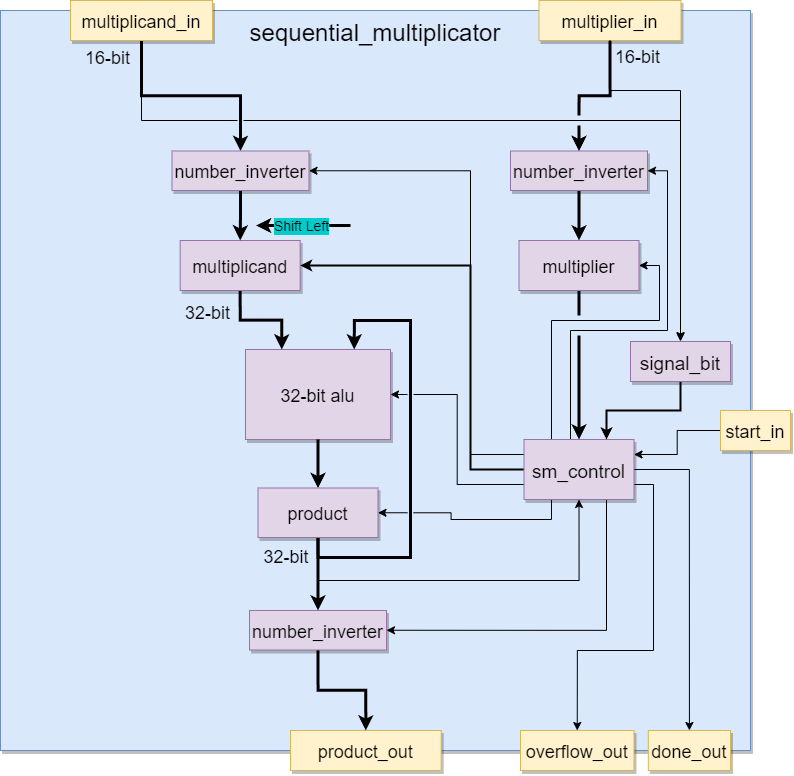
Above: sequential_multiplicator/sequential_multiplicator_structure.png in UandersonSilva/multiplicators (draw.io), before the change. Source tidied: cells renumbered, new cells last; positions are measured from the earlier drawing's top-left corner, leaving out a move shared by most shapes.
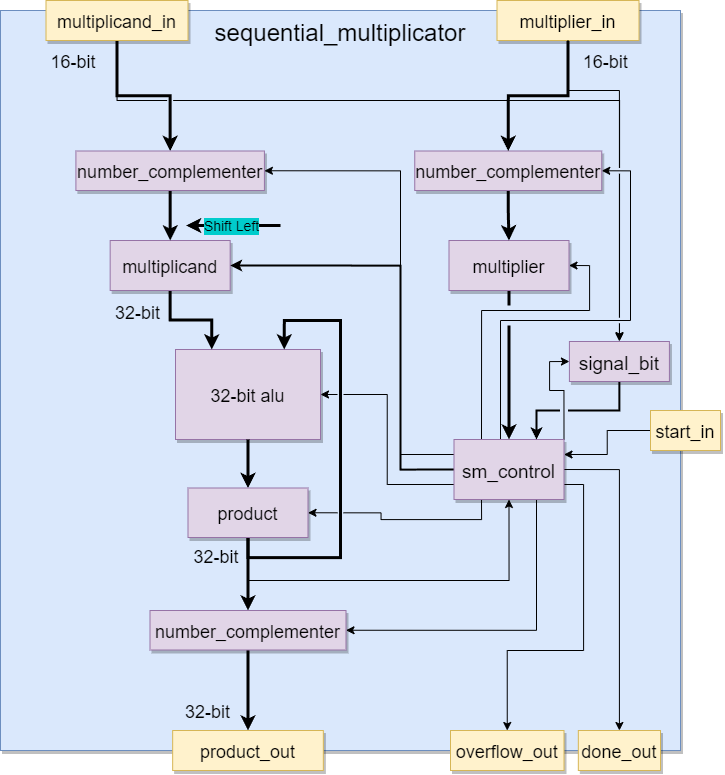
After the change.

Commit message:
number_inverter name changed to number_complementer.

Change to the diagram source:
```diff
@@ -3,7 +3,7 @@
     <mxCell id="0" style="html=1;" />
     <mxCell id="1" style="html=1;" parent="0" />
     <mxCell id="2" style="shadow=1;fontSize=18;fillColor=#dae8fc;strokeColor=#6c8ebf;" parent="1" vertex="1">
-      <mxGeometry y="10" width="750" height="740" as="geometry" />
+      <mxGeometry x="70" y="10" width="680" height="740" as="geometry" />
     </mxCell>
     <mxCell id="3" value="32-bit alu" style="shadow=1;fontSize=18;fillColor=#e1d5e7;strokeColor=#9673a6;" parent="1" vertex="1">
       <mxGeometry x="245" y="349" width="145" height="90" as="geometry" />
@@ -73,8 +73,8 @@
     <mxCell id="16" style="edgeStyle=orthogonalEdgeStyle;rounded=0;jumpStyle=gap;jettySize=auto;html=1;exitX=0.25;exitY=0;exitDx=0;exitDy=0;entryX=1;entryY=0.5;entryDx=0;entryDy=0;strokeWidth=1;" parent="1" edge="1" source="20" target="31">
       <mxGeometry relative="1" as="geometry">
         <Array as="points">
-          <mxPoint x="551" y="320" />
-          <mxPoint x="659" y="320" />
+          <mxPoint x="551" y="310" />
+          <mxPoint x="659" y="310" />
           <mxPoint x="659" y="265" />
         </Array>
       </mxGeometry>
@@ -83,9 +83,9 @@
       <mxGeometry relative="1" as="geometry">
         <Array as="points">
           <mxPoint x="570" y="439" />
-          <mxPoint x="570" y="330" />
-          <mxPoint x="667" y="330" />
-          <mxPoint x="667" y="170" />
+          <mxPoint x="570" y="320" />
+          <mxPoint x="700" y="320" />
+          <mxPoint x="700" y="170" />
         </Array>
       </mxGeometry>
     </mxCell>
@@ -103,32 +103,41 @@
         <mxPoint x="630" y="469" as="sourcePoint" />
       </mxGeometry>
     </mxCell>
+    <mxCell id="49" style="edgeStyle=orthogonalEdgeStyle;rounded=0;jumpStyle=gap;jettySize=auto;html=1;exitX=1;exitY=0;exitDx=0;exitDy=0;entryX=0;entryY=0.5;entryDx=0;entryDy=0;" parent="1" edge="1" source="20" target="40">
+      <mxGeometry relative="1" as="geometry">
+        <Array as="points">
+          <mxPoint x="634" y="390" />
+          <mxPoint x="619" y="390" />
+          <mxPoint x="619" y="361" />
+        </Array>
+      </mxGeometry>
+    </mxCell>
     <mxCell id="20" value="sm_control" style="shadow=1;fontSize=19;fillColor=#e1d5e7;strokeColor=#9673a6;" parent="1" vertex="1">
       <mxGeometry x="523.5" y="439" width="110" height="60" as="geometry" />
     </mxCell>
     <mxCell id="21" style="edgeStyle=orthogonalEdgeStyle;rounded=0;jettySize=auto;html=1;exitX=0.5;exitY=1;exitDx=0;exitDy=0;entryX=0.5;entryY=0;entryDx=0;entryDy=0;strokeWidth=3;" parent="1" edge="1" source="23" target="29">
       <mxGeometry relative="1" as="geometry" />
     </mxCell>
-    <mxCell id="22" style="edgeStyle=orthogonalEdgeStyle;rounded=0;jettySize=auto;html=1;exitX=0.5;exitY=1;exitDx=0;exitDy=0;strokeWidth=1;jumpStyle=gap;" parent="1" edge="1" source="23">
-      <mxGeometry relative="1" as="geometry">
-        <mxPoint x="680" y="340" as="targetPoint" />
-        <Array as="points">
-          <mxPoint x="141" y="120" />
-          <mxPoint x="680" y="120" />
-        </Array>
-      </mxGeometry>
-    </mxCell>
+    <mxCell id="50" style="edgeStyle=orthogonalEdgeStyle;rounded=0;jettySize=auto;html=1;exitX=0.5;exitY=1;exitDx=0;exitDy=0;jumpStyle=gap;" parent="1" edge="1" source="23">
+      <mxGeometry relative="1" as="geometry">
+        <mxPoint x="689" y="340" as="targetPoint" />
+        <Array as="points">
+          <mxPoint x="187" y="100" />
+          <mxPoint x="689" y="100" />
+        </Array>
+      </mxGeometry>
+    </mxCell>
     <mxCell id="23" value="multiplicand_in" style="shadow=1;fontSize=18;fillColor=#fff2cc;strokeColor=#d6b656;" parent="1" vertex="1">
-      <mxGeometry x="70" width="142" height="40" as="geometry" />
+      <mxGeometry x="115.5" width="142" height="40" as="geometry" />
     </mxCell>
     <mxCell id="24" value="product_out" style="shadow=1;fontSize=18;fillColor=#fff2cc;strokeColor=#d6b656;" parent="1" vertex="1">
-      <mxGeometry x="290" y="730" width="150.7" height="40" as="geometry" />
+      <mxGeometry x="242.2" y="730" width="150.7" height="40" as="geometry" />
     </mxCell>
     <mxCell id="25" value="sequential_multiplicator" style="text;strokeColor=none;fillColor=none;align=center;verticalAlign=middle;rounded=0;fontSize=24;" parent="1" vertex="1">
-      <mxGeometry x="329.2" y="10" width="91.7" height="40" as="geometry" />
+      <mxGeometry x="364.2" y="10" width="91.7" height="40" as="geometry" />
     </mxCell>
     <mxCell id="26" value="16-bit" style="text;strokeColor=none;fillColor=none;align=center;verticalAlign=middle;rounded=0;fontSize=18;" parent="1" vertex="1">
-      <mxGeometry x="80" y="46" width="55" height="20" as="geometry" />
+      <mxGeometry x="115.5" y="50" width="55" height="20" as="geometry" />
     </mxCell>
     <mxCell id="27" value="32-bit" style="text;strokeColor=none;fillColor=none;align=center;verticalAlign=middle;rounded=0;fontSize=18;" parent="1" vertex="1">
       <mxGeometry x="248.5" y="545" width="75" height="20" as="geometry" />
@@ -136,8 +145,8 @@
     <mxCell id="28" style="edgeStyle=orthogonalEdgeStyle;rounded=0;jettySize=auto;html=1;exitX=0.5;exitY=1;exitDx=0;exitDy=0;entryX=0.5;entryY=0;entryDx=0;entryDy=0;strokeWidth=3;" parent="1" edge="1" source="29" target="10">
       <mxGeometry relative="1" as="geometry" />
     </mxCell>
-    <mxCell id="29" value="number_inverter" style="shadow=1;fontSize=18;fillColor=#e1d5e7;strokeColor=#9673a6;" parent="1" vertex="1">
-      <mxGeometry x="171.5" y="150.5" width="137" height="39.5" as="geometry" />
+    <mxCell id="29" value="number_complementer" style="shadow=1;fontSize=18;fillColor=#e1d5e7;strokeColor=#9673a6;" parent="1" vertex="1">
+      <mxGeometry x="145.4" y="150.5" width="188.5" height="39.5" as="geometry" />
     </mxCell>
     <mxCell id="30" style="edgeStyle=orthogonalEdgeStyle;rounded=0;jumpStyle=gap;jettySize=auto;html=1;exitX=0.5;exitY=1;exitDx=0;exitDy=0;entryX=0.5;entryY=0;entryDx=0;entryDy=0;strokeWidth=3;" parent="1" edge="1" source="31" target="20">
       <mxGeometry relative="1" as="geometry" />
@@ -148,26 +157,26 @@
     <mxCell id="32" style="edgeStyle=orthogonalEdgeStyle;rounded=0;jettySize=auto;html=1;exitX=0.5;exitY=1;exitDx=0;exitDy=0;entryX=0.5;entryY=0;entryDx=0;entryDy=0;strokeWidth=3;" parent="1" edge="1" source="33" target="31">
       <mxGeometry relative="1" as="geometry" />
     </mxCell>
-    <mxCell id="33" value="number_inverter" style="shadow=1;fontSize=18;fillColor=#e1d5e7;strokeColor=#9673a6;" parent="1" vertex="1">
-      <mxGeometry x="510" y="150.5" width="137" height="39.5" as="geometry" />
+    <mxCell id="33" value="number_complementer" style="shadow=1;fontSize=18;fillColor=#e1d5e7;strokeColor=#9673a6;" parent="1" vertex="1">
+      <mxGeometry x="484.2" y="150.5" width="187" height="39.5" as="geometry" />
     </mxCell>
     <mxCell id="34" style="edgeStyle=orthogonalEdgeStyle;rounded=0;jettySize=auto;html=1;exitX=0.5;exitY=1;exitDx=0;exitDy=0;entryX=0.5;entryY=0;entryDx=0;entryDy=0;strokeWidth=3;" parent="1" edge="1" source="35" target="24">
       <mxGeometry relative="1" as="geometry" />
     </mxCell>
-    <mxCell id="35" value="number_inverter" style="shadow=1;fontSize=18;fillColor=#e1d5e7;strokeColor=#9673a6;" parent="1" vertex="1">
-      <mxGeometry x="249" y="610" width="137" height="39.5" as="geometry" />
+    <mxCell id="35" value="number_complementer" style="shadow=1;fontSize=18;fillColor=#e1d5e7;strokeColor=#9673a6;" parent="1" vertex="1">
+      <mxGeometry x="219.5" y="610" width="196" height="39.5" as="geometry" />
     </mxCell>
     <mxCell id="36" style="edgeStyle=orthogonalEdgeStyle;rounded=0;jettySize=auto;html=1;exitX=0.5;exitY=1;exitDx=0;exitDy=0;entryX=0.5;entryY=0;entryDx=0;entryDy=0;strokeWidth=3;jumpStyle=gap;" parent="1" edge="1" source="37" target="33">
       <mxGeometry relative="1" as="geometry" />
     </mxCell>
     <mxCell id="37" value="multiplier_in" style="shadow=1;fontSize=18;fillColor=#fff2cc;strokeColor=#d6b656;" parent="1" vertex="1">
-      <mxGeometry x="538.5" width="142" height="40" as="geometry" />
+      <mxGeometry x="566.5" width="142" height="40" as="geometry" />
     </mxCell>
     <mxCell id="38" style="edgeStyle=orthogonalEdgeStyle;rounded=0;jettySize=auto;html=1;exitX=0.5;exitY=1;exitDx=0;exitDy=0;entryX=0.5;entryY=0;entryDx=0;entryDy=0;strokeWidth=1;jumpStyle=gap;" parent="1" edge="1" source="37" target="40">
       <mxGeometry relative="1" as="geometry">
         <Array as="points">
-          <mxPoint x="610" y="90" />
-          <mxPoint x="680" y="90" />
+          <mxPoint x="638" y="90" />
+          <mxPoint x="689" y="90" />
         </Array>
       </mxGeometry>
     </mxCell>
@@ -175,7 +184,7 @@
       <mxGeometry relative="1" as="geometry" />
     </mxCell>
     <mxCell id="40" value="signal_bit" style="shadow=1;fontSize=19;fillColor=#e1d5e7;strokeColor=#9673a6;" parent="1" vertex="1">
-      <mxGeometry x="630" y="341" width="100" height="40" as="geometry" />
+      <mxGeometry x="638.9" y="341" width="100" height="40" as="geometry" />
     </mxCell>
     <mxCell id="41" style="endArrow=classic;html=1;rounded=0;strokeWidth=3;fontSize=12;" parent="1" edge="1">
       <mxGeometry relative="1" as="geometry">
@@ -189,7 +198,7 @@
       </mxGeometry>
     </mxCell>
     <mxCell id="43" value="16-bit" style="text;strokeColor=none;fillColor=none;align=center;verticalAlign=middle;rounded=0;fontSize=18;" parent="1" vertex="1">
-      <mxGeometry x="610" y="45" width="55" height="20" as="geometry" />
+      <mxGeometry x="647.8" y="50" width="55" height="20" as="geometry" />
     </mxCell>
     <mxCell id="44" value="32-bit" style="text;strokeColor=none;fillColor=none;align=center;verticalAlign=middle;rounded=0;fontSize=18;" parent="1" vertex="1">
       <mxGeometry x="170" y="301" width="75" height="20" as="geometry" />
@@ -206,5 +215,8 @@
     <mxCell id="48" value="start_in" style="shadow=1;fontSize=18;fillColor=#fff2cc;strokeColor=#d6b656;" parent="1" vertex="1">
       <mxGeometry x="720" y="410" width="70" height="40" as="geometry" />
     </mxCell>
+    <mxCell id="51" value="32-bit" style="text;strokeColor=none;fillColor=none;align=center;verticalAlign=middle;rounded=0;fontSize=18;" parent="1" vertex="1">
+      <mxGeometry x="240" y="700" width="75" height="20" as="geometry" />
+    </mxCell>
   </root>
 </mxGraphModel>
```
